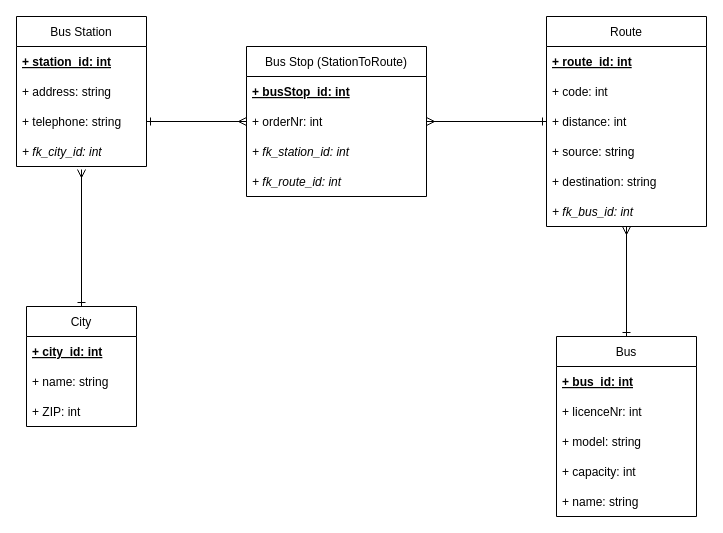
Earlier version of the draw.io diagram page "UML" (3 of 3) of Philipp/04_transportcompany.drawio (mastapetz/BE16-DBDev-DAY1-Peter-Philipp). Source tidied: cells renumbered, new cells numbered last; positions are measured from the earlier drawing's top-left corner, leaving out a move shared by most shapes. Both pictures are drawn from the tidied source at 100%, with x=0, y=0 at pixel (16, 16).
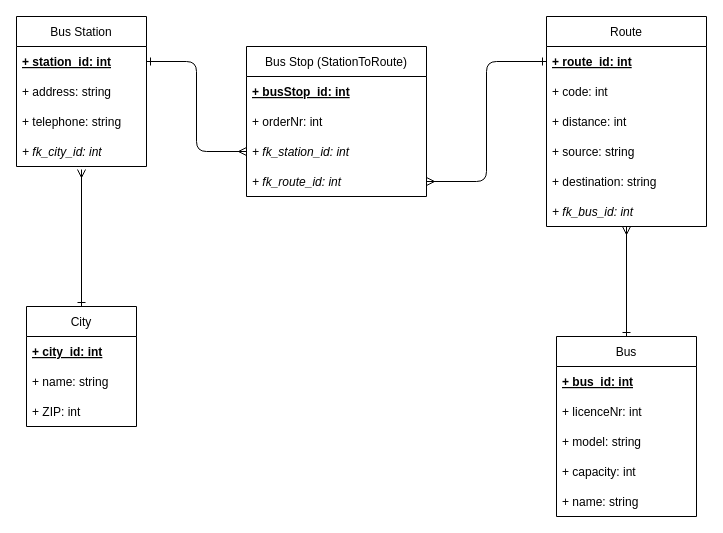
After the change.

The change refers to these unchanged cells:
```xml
<mxCell id="14" value="Route" style="swimlane;fontStyle=0;horizontal=1;startSize=30;" parent="1" vertex="1">
  <mxGeometry x="530" width="160" height="210" as="geometry" />
</mxCell>
<mxCell id="15" value="+ route_id: int" style="text;strokeColor=none;fillColor=none;align=left;verticalAlign=middle;spacingLeft=4;spacingRight=4;overflow=hidden;points=[[0,0.5],[1,0.5]];portConstraint=eastwest;fontStyle=5;" parent="14" vertex="1">
  <mxGeometry y="30" width="160" height="30" as="geometry" />
</mxCell>
<mxCell id="22" value="+ station_id: int" style="text;strokeColor=none;fillColor=none;align=left;verticalAlign=middle;spacingLeft=4;spacingRight=4;overflow=hidden;points=[[0,0.5],[1,0.5]];portConstraint=eastwest;fontStyle=5;" parent="21" vertex="1">
  <mxGeometry y="30" width="130" height="30" as="geometry" />
</mxCell>
<mxCell id="24" value="+ telephone: string" style="text;strokeColor=none;fillColor=none;align=left;verticalAlign=middle;spacingLeft=4;spacingRight=4;overflow=hidden;points=[[0,0.5],[1,0.5]];portConstraint=eastwest;" parent="21" vertex="1">
  <mxGeometry y="90" width="130" height="30" as="geometry" />
</mxCell>
<mxCell id="28" value="Bus Stop (StationToRoute)" style="swimlane;fontStyle=0;horizontal=1;startSize=30;" parent="1" vertex="1">
  <mxGeometry x="230" y="30" width="180" height="150" as="geometry" />
</mxCell>
<mxCell id="31" value="+ fk_station_id: int" style="text;strokeColor=none;fillColor=none;align=left;verticalAlign=middle;spacingLeft=4;spacingRight=4;overflow=hidden;points=[[0,0.5],[1,0.5]];portConstraint=eastwest;fontStyle=2;" parent="28" vertex="1">
  <mxGeometry y="90" width="180" height="30" as="geometry" />
</mxCell>
<mxCell id="32" value="+ fk_route_id: int" style="text;strokeColor=none;fillColor=none;align=left;verticalAlign=middle;spacingLeft=4;spacingRight=4;overflow=hidden;points=[[0,0.5],[1,0.5]];portConstraint=eastwest;fontStyle=2;" parent="28" vertex="1">
  <mxGeometry y="120" width="180" height="30" as="geometry" />
</mxCell>
```

Change to the diagram source:
```diff
@@
-    <mxCell id="26" style="edgeStyle=none;html=1;startArrow=ERmany;startFill=0;endArrow=ERone;endFill=0;" parent="1" edge="1" source="28" target="14">
+    <mxCell id="26" style="edgeStyle=orthogonalEdgeStyle;html=1;startArrow=ERmany;startFill=0;endArrow=ERone;endFill=0;entryX=0;entryY=0.5;entryDx=0;entryDy=0;exitX=1;exitY=0.5;exitDx=0;exitDy=0;" parent="1" edge="1" source="32" target="15">
       <mxGeometry relative="1" as="geometry" />
     </mxCell>
-    <mxCell id="27" style="edgeStyle=none;html=1;startArrow=ERmany;startFill=0;endArrow=ERone;endFill=0;" parent="1" edge="1" source="28" target="24">
+    <mxCell id="27" style="edgeStyle=orthogonalEdgeStyle;html=1;startArrow=ERmany;startFill=0;endArrow=ERone;endFill=0;exitX=0;exitY=0.5;exitDx=0;exitDy=0;entryX=1;entryY=0.5;entryDx=0;entryDy=0;" parent="1" edge="1" source="31" target="22">
       <mxGeometry relative="1" as="geometry" />
     </mxCell>
```
